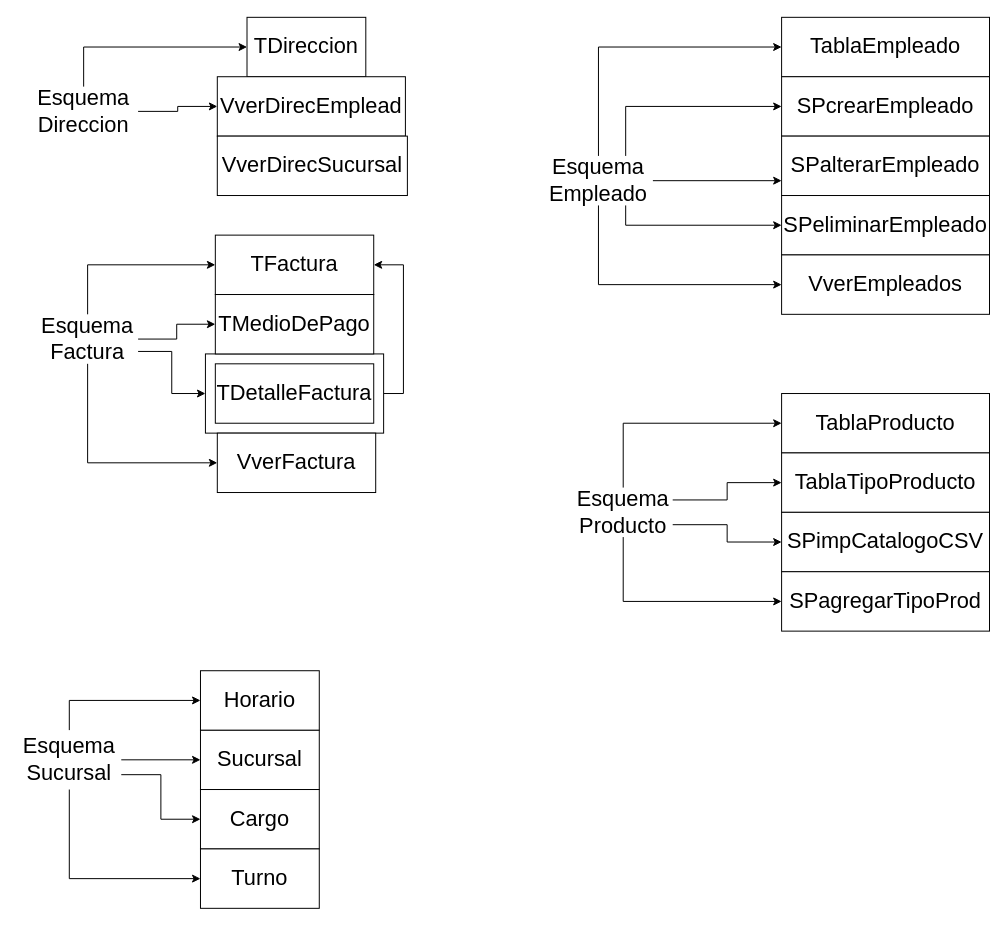
Omar-Monges/proyecto_aurora keeps this draw.io diagram as page "Page-2" (2 of 3) of DER/DER_TP.drawio. Above is the earlier version. Source tidied: cells renumbered, new cells numbered last; positions are measured from the earlier drawing's top-left corner, leaving out a move shared by most shapes. Both pictures are drawn from the tidied source at 99%, with x=0, y=0 at pixel (17, 17).
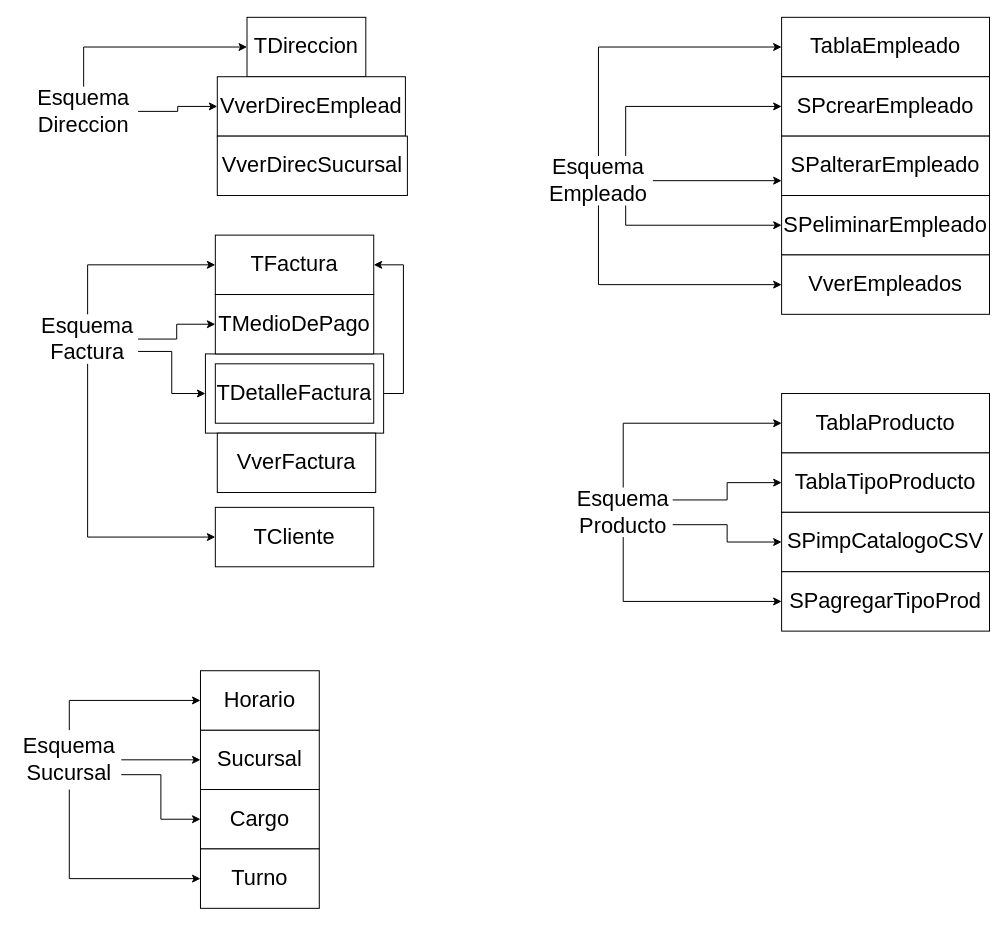
Above is the later version.

Unchanged cells that the change refers to:
```xml
<mxCell id="25" value="Esquema&lt;div&gt;Factura&lt;/div&gt;" style="text;html=1;align=center;verticalAlign=middle;whiteSpace=wrap;rounded=0;fontSize=22;" parent="1" vertex="1">
  <mxGeometry x="20" y="300" width="102" height="50" as="geometry" />
</mxCell>
<mxCell id="44" value="VverFactura" style="rounded=0;whiteSpace=wrap;html=1;fontSize=22;" parent="1" vertex="1">
  <mxGeometry x="202" y="420" width="160" height="60" as="geometry" />
</mxCell>
```

What changed in the source:
```diff
@@
-    <mxCell id="24" style="edgeStyle=orthogonalEdgeStyle;rounded=0;jettySize=auto;html=1;exitX=0.5;exitY=1;exitDx=0;exitDy=0;entryX=0;entryY=0.5;entryDx=0;entryDy=0;" parent="1" edge="1" source="25" target="44">
+    <mxCell id="24" style="edgeStyle=orthogonalEdgeStyle;rounded=0;jettySize=auto;html=1;exitX=0.5;exitY=1;exitDx=0;exitDy=0;entryX=0;entryY=0.5;entryDx=0;entryDy=0;" parent="1" edge="1" source="25" target="48">
       <mxGeometry relative="1" as="geometry" />
     </mxCell>
@@
+    <mxCell id="48" value="TCliente" style="rounded=0;whiteSpace=wrap;html=1;fontSize=22;" parent="1" vertex="1">
+      <mxGeometry x="200" y="495" width="160" height="60" as="geometry" />
+    </mxCell>
```
